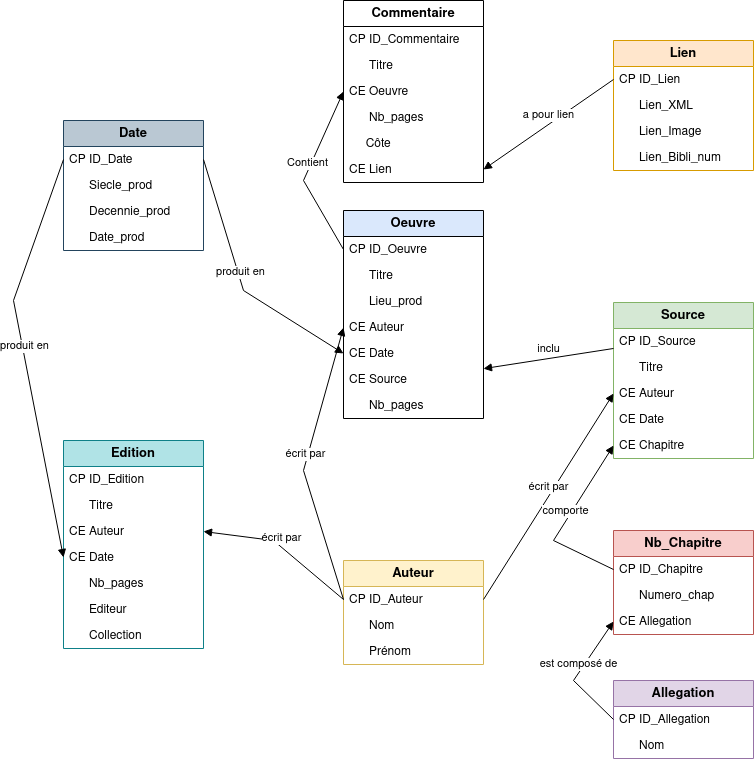
This is Base_de_donnees.drawio.png from TitouanCiSaMe/Data_Base, a draw.io export, as it was before one commit. Source tidied: cells renumbered, new cells last; positions are measured from the earlier drawing's top-left corner, leaving out a move shared by most shapes.
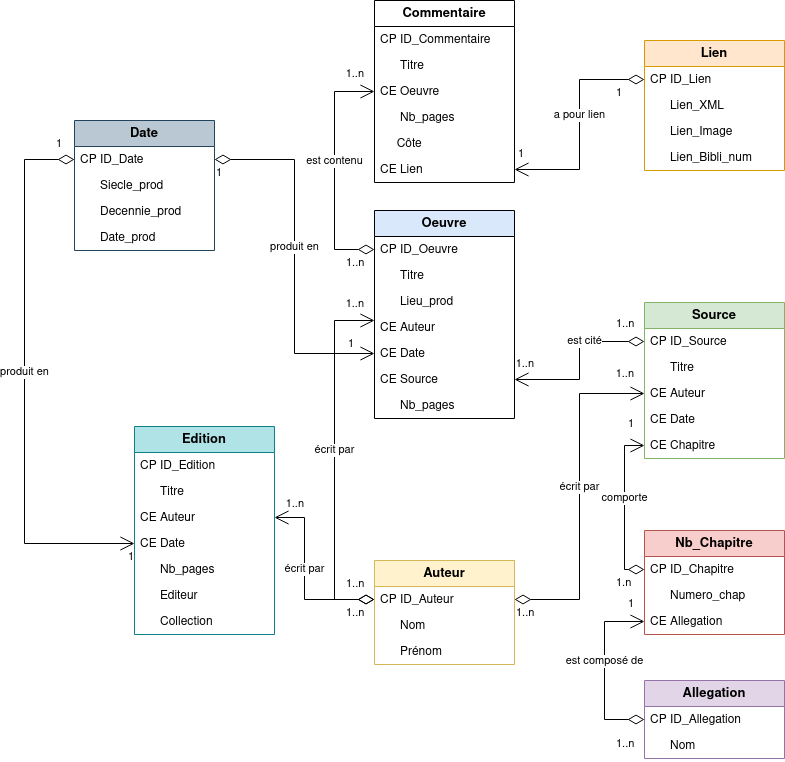
After the commit.

Commit message:
Mettre à jour Base_de_donnees.drawio.png

What changed in the source:
```diff
@@ -51,7 +51,7 @@
       <mxGeometry y="104" width="140" height="26" as="geometry" />
     </mxCell>
     <mxCell id="18" value="&lt;font style=&quot;font-size: 13px;&quot;&gt;&lt;b&gt;Date&lt;/b&gt;&lt;/font&gt;" style="swimlane;fontStyle=0;horizontal=1;startSize=26;fillColor=#bac8d3;whiteSpace=wrap;html=1;strokeColor=#23445d;" parent="1" vertex="1">
-      <mxGeometry x="50" y="120" width="140" height="130" as="geometry" />
+      <mxGeometry x="30" y="120" width="140" height="130" as="geometry" />
     </mxCell>
     <mxCell id="19" value="CP ID_Date" style="text;strokeColor=none;fillColor=none;align=left;verticalAlign=top;spacingLeft=4;spacingRight=4;overflow=hidden;points=[[0,0.5],[1,0.5]];portConstraint=eastwest;whiteSpace=wrap;html=1;" parent="18" vertex="1">
       <mxGeometry y="26" width="140" height="26" as="geometry" />
@@ -66,7 +66,7 @@
       <mxGeometry y="104" width="140" height="26" as="geometry" />
     </mxCell>
     <mxCell id="23" value="&lt;font style=&quot;font-size: 13px;&quot;&gt;&lt;b&gt;Edition&lt;/b&gt;&lt;/font&gt;" style="swimlane;fontStyle=0;horizontal=1;startSize=26;fillColor=#b0e3e6;whiteSpace=wrap;html=1;strokeColor=#0e8088;" parent="1" vertex="1">
-      <mxGeometry x="50" y="440" width="140" height="208" as="geometry" />
+      <mxGeometry x="90" y="426" width="140" height="208" as="geometry" />
     </mxCell>
     <mxCell id="24" value="CP ID_Edition" style="text;strokeColor=none;fillColor=none;align=left;verticalAlign=top;spacingLeft=4;spacingRight=4;overflow=hidden;whiteSpace=wrap;html=1;" parent="23" vertex="1">
       <mxGeometry y="26" width="140" height="26" as="geometry" />
@@ -152,63 +152,159 @@
     <mxCell id="51" value="&amp;nbsp;&amp;nbsp;&amp;nbsp;&amp;nbsp;&amp;nbsp; Nb_pages" style="text;strokeColor=none;fillColor=none;align=left;verticalAlign=top;spacingLeft=4;spacingRight=4;overflow=hidden;whiteSpace=wrap;html=1;" parent="44" vertex="1">
       <mxGeometry y="182" width="140" height="26" as="geometry" />
     </mxCell>
+    <mxCell id="59" value="produit en" style="endArrow=open;html=1;endSize=12;startArrow=diamondThin;startSize=14;startFill=0;edgeStyle=orthogonalEdgeStyle;rounded=0;labelBackgroundColor=default;strokeColor=default;align=center;verticalAlign=bottom;fontFamily=Helvetica;fontSize=11;fontColor=default;shape=connector;curved=0;exitX=0;exitY=0.5;exitDx=0;exitDy=0;entryX=0;entryY=0.5;entryDx=0;entryDy=0;" parent="1" edge="1" source="19" target="27">
+      <mxGeometry relative="1" as="geometry">
+        <Array as="points">
+          <mxPoint x="-20" y="159" />
+          <mxPoint x="-20" y="543" />
+        </Array>
+      </mxGeometry>
+    </mxCell>
+    <mxCell id="62" value="1" style="edgeLabel;html=1;align=left;verticalAlign=top;fontFamily=Helvetica;fontSize=11;fontColor=default;" parent="59" vertex="1">
+      <mxGeometry x="-1" relative="1" as="geometry">
+        <mxPoint x="-20" y="-29" as="offset" />
+      </mxGeometry>
+    </mxCell>
+    <mxCell id="63" value="1" style="edgeLabel;html=1;align=right;verticalAlign=top;fontFamily=Helvetica;fontSize=11;fontColor=default;" parent="59" vertex="1">
+      <mxGeometry x="1" relative="1" as="geometry" />
+    </mxCell>
+    <mxCell id="60" value="produit en" style="endArrow=open;html=1;endSize=12;startArrow=diamondThin;startSize=14;startFill=0;edgeStyle=orthogonalEdgeStyle;rounded=0;labelBackgroundColor=default;strokeColor=default;align=center;verticalAlign=bottom;fontFamily=Helvetica;fontSize=11;fontColor=default;shape=connector;curved=0;exitX=1;exitY=0.5;exitDx=0;exitDy=0;" parent="1" edge="1" source="19" target="49">
+      <mxGeometry relative="1" as="geometry" />
+    </mxCell>
+    <mxCell id="64" value="1" style="edgeLabel;html=1;align=left;verticalAlign=top;fontFamily=Helvetica;fontSize=11;fontColor=default;" parent="60" vertex="1">
+      <mxGeometry x="-1" relative="1" as="geometry" />
+    </mxCell>
+    <mxCell id="65" value="1" style="edgeLabel;html=1;align=right;verticalAlign=top;fontFamily=Helvetica;fontSize=11;fontColor=default;" parent="60" vertex="1">
+      <mxGeometry x="1" relative="1" as="geometry">
+        <mxPoint x="-20" y="-23" as="offset" />
+      </mxGeometry>
+    </mxCell>
+    <mxCell id="54" value="écrit par" style="endArrow=open;html=1;endSize=12;startArrow=diamondThin;startSize=14;startFill=0;edgeStyle=orthogonalEdgeStyle;rounded=0;labelBackgroundColor=default;strokeColor=default;align=center;verticalAlign=bottom;fontFamily=Helvetica;fontSize=11;fontColor=default;shape=connector;curved=0;exitX=0;exitY=0.5;exitDx=0;exitDy=0;entryX=1;entryY=0.5;entryDx=0;entryDy=0;" parent="1" edge="1" source="10" target="26">
+      <mxGeometry relative="1" as="geometry">
+        <Array as="points">
+          <mxPoint x="260" y="599" />
+          <mxPoint x="260" y="517" />
+        </Array>
+      </mxGeometry>
+    </mxCell>
+    <mxCell id="66" value="1..n" style="edgeLabel;html=1;align=left;verticalAlign=top;fontFamily=Helvetica;fontSize=11;fontColor=default;" parent="54" vertex="1">
+      <mxGeometry x="-1" relative="1" as="geometry">
+        <mxPoint x="-30" as="offset" />
+      </mxGeometry>
+    </mxCell>
+    <mxCell id="67" value="1..n" style="edgeLabel;html=1;align=right;verticalAlign=top;fontFamily=Helvetica;fontSize=11;fontColor=default;" parent="54" vertex="1">
+      <mxGeometry x="1" relative="1" as="geometry">
+        <mxPoint x="30" y="-27" as="offset" />
+      </mxGeometry>
+    </mxCell>
+    <mxCell id="53" value="écrit par" style="endArrow=open;html=1;endSize=12;startArrow=diamondThin;startSize=14;startFill=0;edgeStyle=orthogonalEdgeStyle;rounded=0;labelBackgroundColor=default;strokeColor=default;align=center;verticalAlign=bottom;fontFamily=Helvetica;fontSize=11;fontColor=default;shape=connector;curved=0;exitX=0;exitY=0.5;exitDx=0;exitDy=0;entryX=0;entryY=0.231;entryDx=0;entryDy=0;entryPerimeter=0;" parent="1" edge="1" source="10" target="48">
+      <mxGeometry relative="1" as="geometry">
+        <Array as="points">
+          <mxPoint x="290" y="599" />
+          <mxPoint x="290" y="320" />
+        </Array>
+      </mxGeometry>
+    </mxCell>
+    <mxCell id="68" value="1..n" style="edgeLabel;html=1;align=left;verticalAlign=top;fontFamily=Helvetica;fontSize=11;fontColor=default;" parent="53" vertex="1">
+      <mxGeometry x="-1" relative="1" as="geometry">
+        <mxPoint x="-30" y="-29" as="offset" />
+      </mxGeometry>
+    </mxCell>
+    <mxCell id="69" value="1..n" style="edgeLabel;html=1;align=right;verticalAlign=top;fontFamily=Helvetica;fontSize=11;fontColor=default;" parent="53" vertex="1">
+      <mxGeometry x="1" relative="1" as="geometry">
+        <mxPoint x="-10" y="-30" as="offset" />
+      </mxGeometry>
+    </mxCell>
-    <mxCell id="52" value="écrit par" style="html=1;verticalAlign=bottom;endArrow=block;curved=0;rounded=0;entryX=0;entryY=0.5;entryDx=0;entryDy=0;exitX=1;exitY=0.5;exitDx=0;exitDy=0;" parent="1" edge="1" source="10" target="41">
+    <mxCell id="52" value="écrit par" style="endArrow=open;html=1;endSize=12;startArrow=diamondThin;startSize=14;startFill=0;edgeStyle=orthogonalEdgeStyle;rounded=0;labelBackgroundColor=default;strokeColor=default;align=center;verticalAlign=bottom;fontFamily=Helvetica;fontSize=11;fontColor=default;shape=connector;curved=0;exitX=1;exitY=0.5;exitDx=0;exitDy=0;entryX=0;entryY=0.5;entryDx=0;entryDy=0;" parent="1" edge="1" source="10" target="41">
       <mxGeometry relative="1" as="geometry" />
     </mxCell>
-    <mxCell id="53" value="écrit par" style="html=1;verticalAlign=bottom;endArrow=block;curved=0;rounded=0;exitX=0;exitY=0.5;exitDx=0;exitDy=0;entryX=0;entryY=0.5;entryDx=0;entryDy=0;" parent="1" edge="1" source="10" target="48">
-      <mxGeometry relative="1" as="geometry">
-        <Array as="points">
-          <mxPoint x="290" y="470" />
-        </Array>
-      </mxGeometry>
-    </mxCell>
-    <mxCell id="54" value="écrit par" style="html=1;verticalAlign=bottom;endArrow=block;curved=0;rounded=0;exitX=0;exitY=0.5;exitDx=0;exitDy=0;entryX=1;entryY=0.5;entryDx=0;entryDy=0;" parent="1" edge="1" source="10" target="26">
-      <mxGeometry relative="1" as="geometry">
-        <Array as="points">
-          <mxPoint x="260" y="540" />
-        </Array>
-      </mxGeometry>
-    </mxCell>
+    <mxCell id="70" value="1..n" style="edgeLabel;html=1;align=left;verticalAlign=top;fontFamily=Helvetica;fontSize=11;fontColor=default;" parent="52" vertex="1">
+      <mxGeometry x="-1" relative="1" as="geometry" />
+    </mxCell>
+    <mxCell id="71" value="1..n" style="edgeLabel;html=1;align=right;verticalAlign=top;fontFamily=Helvetica;fontSize=11;fontColor=default;" parent="52" vertex="1">
+      <mxGeometry x="1" relative="1" as="geometry">
+        <mxPoint x="-10" y="-33" as="offset" />
+      </mxGeometry>
+    </mxCell>
+    <mxCell id="57" value="comporte" style="endArrow=open;html=1;endSize=12;startArrow=diamondThin;startSize=14;startFill=0;edgeStyle=orthogonalEdgeStyle;rounded=0;labelBackgroundColor=default;strokeColor=default;align=center;verticalAlign=bottom;fontFamily=Helvetica;fontSize=11;fontColor=default;shape=connector;curved=0;exitX=0;exitY=0.5;exitDx=0;exitDy=0;entryX=0;entryY=0.5;entryDx=0;entryDy=0;" parent="1" edge="1" source="32" target="43">
+      <mxGeometry relative="1" as="geometry">
+        <Array as="points">
+          <mxPoint x="580" y="569" />
+          <mxPoint x="580" y="445" />
+        </Array>
+      </mxGeometry>
+    </mxCell>
+    <mxCell id="72" value="1.n" style="edgeLabel;html=1;align=left;verticalAlign=top;fontFamily=Helvetica;fontSize=11;fontColor=default;" parent="57" vertex="1">
+      <mxGeometry x="-1" relative="1" as="geometry">
+        <mxPoint x="-30" as="offset" />
+      </mxGeometry>
+    </mxCell>
+    <mxCell id="73" value="1" style="edgeLabel;html=1;align=right;verticalAlign=top;fontFamily=Helvetica;fontSize=11;fontColor=default;" parent="57" vertex="1">
+      <mxGeometry x="1" relative="1" as="geometry">
+        <mxPoint x="-10" y="-35" as="offset" />
+      </mxGeometry>
+    </mxCell>
+    <mxCell id="56" value="est composé de" style="endArrow=open;html=1;endSize=12;startArrow=diamondThin;startSize=14;startFill=0;edgeStyle=orthogonalEdgeStyle;rounded=0;labelBackgroundColor=default;strokeColor=default;align=center;verticalAlign=bottom;fontFamily=Helvetica;fontSize=11;fontColor=default;shape=connector;curved=0;exitX=0;exitY=0.5;exitDx=0;exitDy=0;entryX=0;entryY=0.5;entryDx=0;entryDy=0;" parent="1" edge="1" source="36" target="34">
+      <mxGeometry relative="1" as="geometry">
+        <Array as="points">
+          <mxPoint x="560" y="719" />
+          <mxPoint x="560" y="621" />
+        </Array>
+      </mxGeometry>
+    </mxCell>
+    <mxCell id="74" value="1..n" style="edgeLabel;html=1;align=left;verticalAlign=top;fontFamily=Helvetica;fontSize=11;fontColor=default;" parent="56" vertex="1">
+      <mxGeometry x="-1" relative="1" as="geometry">
+        <mxPoint x="-30" y="11" as="offset" />
+      </mxGeometry>
+    </mxCell>
+    <mxCell id="75" value="1" style="edgeLabel;html=1;align=right;verticalAlign=top;fontFamily=Helvetica;fontSize=11;fontColor=default;" parent="56" vertex="1">
+      <mxGeometry x="1" relative="1" as="geometry">
+        <mxPoint x="-10" y="-31" as="offset" />
+      </mxGeometry>
+    </mxCell>
+    <mxCell id="58" value="est cité" style="endArrow=open;html=1;endSize=12;startArrow=diamondThin;startSize=14;startFill=0;edgeStyle=orthogonalEdgeStyle;rounded=0;labelBackgroundColor=default;strokeColor=default;align=center;verticalAlign=bottom;fontFamily=Helvetica;fontSize=11;fontColor=default;shape=connector;curved=0;exitX=0;exitY=0.5;exitDx=0;exitDy=0;entryX=1;entryY=0.5;entryDx=0;entryDy=0;" parent="1" edge="1" source="39" target="50">
+      <mxGeometry x="-0.12" y="5" relative="1" as="geometry" />
+    </mxCell>
+    <mxCell id="76" value="1..n" style="edgeLabel;html=1;align=left;verticalAlign=top;fontFamily=Helvetica;fontSize=11;fontColor=default;" parent="58" vertex="1">
+      <mxGeometry x="-1" relative="1" as="geometry">
+        <mxPoint x="-30" y="-31" as="offset" />
+      </mxGeometry>
+    </mxCell>
+    <mxCell id="77" value="1..n" style="edgeLabel;html=1;align=right;verticalAlign=top;fontFamily=Helvetica;fontSize=11;fontColor=default;" parent="58" vertex="1">
+      <mxGeometry x="1" relative="1" as="geometry">
+        <mxPoint x="20" y="-29" as="offset" />
+      </mxGeometry>
+    </mxCell>
-    <mxCell id="55" value="a pour lien" style="html=1;verticalAlign=bottom;endArrow=block;curved=0;rounded=0;exitX=0;exitY=0.5;exitDx=0;exitDy=0;entryX=1;entryY=0.5;entryDx=0;entryDy=0;" parent="1" edge="1" source="14" target="8">
+    <mxCell id="55" value="a pour lien" style="endArrow=open;html=1;endSize=12;startArrow=diamondThin;startSize=14;startFill=0;edgeStyle=orthogonalEdgeStyle;rounded=0;labelBackgroundColor=default;strokeColor=default;align=center;verticalAlign=bottom;fontFamily=Helvetica;fontSize=11;fontColor=default;shape=connector;curved=0;exitX=0;exitY=0.5;exitDx=0;exitDy=0;entryX=1;entryY=0.5;entryDx=0;entryDy=0;" parent="1" edge="1" source="14" target="8">
       <mxGeometry relative="1" as="geometry" />
     </mxCell>
-    <mxCell id="56" value="est composé de" style="html=1;verticalAlign=bottom;endArrow=block;curved=0;rounded=0;exitX=0;exitY=0.5;exitDx=0;exitDy=0;entryX=0;entryY=0.5;entryDx=0;entryDy=0;" parent="1" edge="1" source="36" target="34">
-      <mxGeometry relative="1" as="geometry">
-        <Array as="points">
-          <mxPoint x="560" y="680" />
-        </Array>
-      </mxGeometry>
-    </mxCell>
-    <mxCell id="57" value="comporte" style="html=1;verticalAlign=bottom;endArrow=block;curved=0;rounded=0;exitX=0;exitY=0.5;exitDx=0;exitDy=0;entryX=0;entryY=0.5;entryDx=0;entryDy=0;" parent="1" edge="1" source="32" target="43">
-      <mxGeometry relative="1" as="geometry">
-        <Array as="points">
-          <mxPoint x="540" y="540" />
-        </Array>
-      </mxGeometry>
-    </mxCell>
-    <mxCell id="58" value="inclu" style="html=1;verticalAlign=bottom;endArrow=block;curved=0;rounded=0;exitX=0;exitY=0.769;exitDx=0;exitDy=0;exitPerimeter=0;" parent="1" edge="1" source="39" target="50">
-      <mxGeometry relative="1" as="geometry" />
-    </mxCell>
-    <mxCell id="59" value="produit en" style="html=1;verticalAlign=bottom;endArrow=block;curved=0;rounded=0;entryX=0;entryY=0.5;entryDx=0;entryDy=0;exitX=0;exitY=0.5;exitDx=0;exitDy=0;" parent="1" edge="1" source="19" target="27">
-      <mxGeometry relative="1" as="geometry">
-        <Array as="points">
-          <mxPoint y="300" />
-        </Array>
-      </mxGeometry>
-    </mxCell>
-    <mxCell id="60" value="produit en" style="html=1;verticalAlign=bottom;endArrow=block;curved=0;rounded=0;entryX=0;entryY=0.5;entryDx=0;entryDy=0;exitX=1;exitY=0.5;exitDx=0;exitDy=0;" parent="1" edge="1" source="19" target="49">
-      <mxGeometry relative="1" as="geometry">
-        <Array as="points">
-          <mxPoint x="230" y="290" />
-        </Array>
-      </mxGeometry>
-    </mxCell>
+    <mxCell id="78" value="1" style="edgeLabel;html=1;align=left;verticalAlign=top;fontFamily=Helvetica;fontSize=11;fontColor=default;" parent="55" vertex="1">
+      <mxGeometry x="-1" relative="1" as="geometry">
+        <mxPoint x="-30" as="offset" />
+      </mxGeometry>
+    </mxCell>
+    <mxCell id="79" value="1" style="edgeLabel;html=1;align=right;verticalAlign=top;fontFamily=Helvetica;fontSize=11;fontColor=default;" parent="55" vertex="1">
+      <mxGeometry x="1" relative="1" as="geometry">
+        <mxPoint x="10" y="-29" as="offset" />
+      </mxGeometry>
+    </mxCell>
-    <mxCell id="61" value="Contient" style="html=1;verticalAlign=bottom;endArrow=block;curved=0;rounded=0;exitX=0;exitY=0.5;exitDx=0;exitDy=0;entryX=0;entryY=0.5;entryDx=0;entryDy=0;" parent="1" edge="1" source="45" target="5">
+    <mxCell id="61" value="est contenu" style="endArrow=open;html=1;endSize=12;startArrow=diamondThin;startSize=14;startFill=0;edgeStyle=orthogonalEdgeStyle;rounded=0;labelBackgroundColor=default;strokeColor=default;align=center;verticalAlign=bottom;fontFamily=Helvetica;fontSize=11;fontColor=default;shape=connector;curved=0;exitX=0;exitY=0.5;exitDx=0;exitDy=0;entryX=0;entryY=0.5;entryDx=0;entryDy=0;" parent="1" edge="1" source="45" target="5">
       <mxGeometry relative="1" as="geometry">
         <Array as="points">
-          <mxPoint x="290" y="180" />
+          <mxPoint x="290" y="249" />
+          <mxPoint x="290" y="91" />
         </Array>
       </mxGeometry>
     </mxCell>
+    <mxCell id="80" value="1..n" style="edgeLabel;html=1;align=left;verticalAlign=top;fontFamily=Helvetica;fontSize=11;fontColor=default;" parent="61" vertex="1">
+      <mxGeometry x="-1" relative="1" as="geometry">
+        <mxPoint x="-30" as="offset" />
+      </mxGeometry>
+    </mxCell>
+    <mxCell id="81" value="1..n" style="edgeLabel;html=1;align=right;verticalAlign=top;fontFamily=Helvetica;fontSize=11;fontColor=default;" parent="61" vertex="1">
+      <mxGeometry x="1" relative="1" as="geometry">
+        <mxPoint x="-10" y="-31" as="offset" />
+      </mxGeometry>
+    </mxCell>
   </root>
 </mxGraphModel>
```
